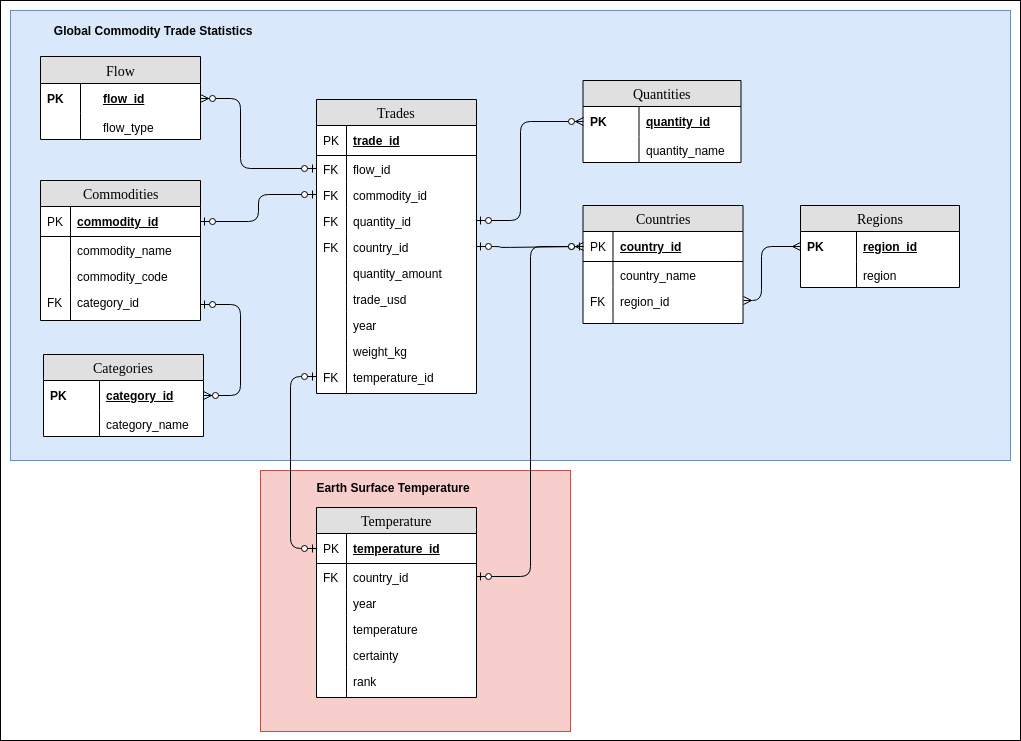
genughaben/world-development keeps this draw.io diagram as img/World_DB.png. Above is the earlier version. Source tidied: cells renumbered, new cells last; positions are measured from the earlier drawing's top-left corner, leaving out a move shared by most shapes.
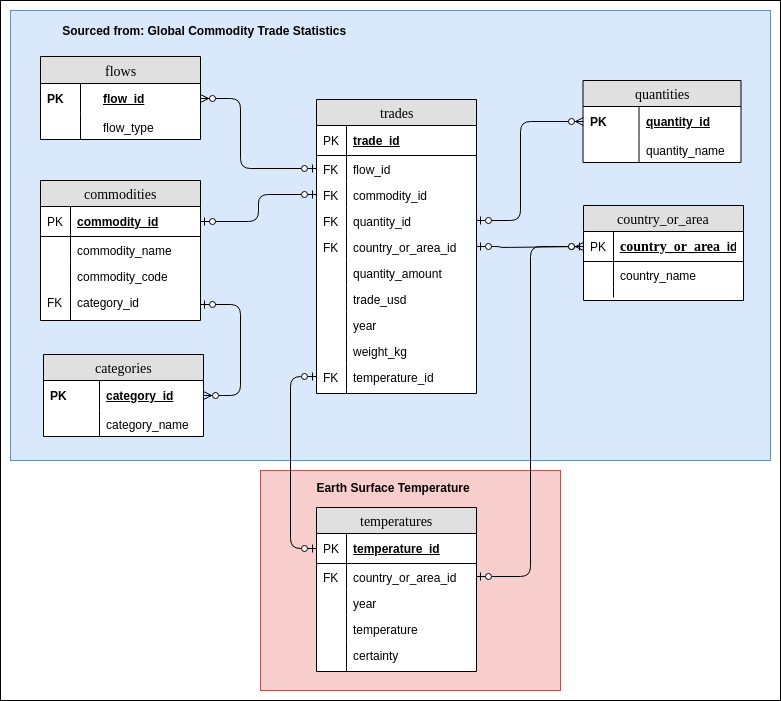
After the commit.

Commit message:
doc: Update Readme and Data Schema Images

Diff of the diagram source:
```diff
@@ -3,33 +3,18 @@
     <mxCell id="0" />
     <mxCell id="1" parent="0" />
     <mxCell id="2" style="rounded=0;whiteSpace=wrap;html=1;" parent="1" vertex="1">
-      <mxGeometry width="1020" height="740" as="geometry" />
+      <mxGeometry width="780" height="700" as="geometry" />
     </mxCell>
     <mxCell id="3" style="rounded=0;whiteSpace=wrap;html=1;fillColor=#f8cecc;strokeColor=#b85450;" parent="1" vertex="1">
-      <mxGeometry x="260" y="470" width="310" height="261" as="geometry" />
+      <mxGeometry x="260" y="470" width="300" height="220" as="geometry" />
     </mxCell>
     <mxCell id="4" style="rounded=0;whiteSpace=wrap;html=1;fillColor=#dae8fc;strokeColor=#6c8ebf;" parent="1" vertex="1">
-      <mxGeometry x="10" y="10" width="1000" height="450" as="geometry" />
+      <mxGeometry x="10" y="10" width="760" height="450" as="geometry" />
     </mxCell>
-    <mxCell id="5" value="Regions" style="swimlane;html=1;fontStyle=0;horizontal=1;startSize=26;fillColor=#e0e0e0;swimlaneFillColor=#ffffff;align=center;rounded=0;shadow=0;comic=0;labelBackgroundColor=none;strokeWidth=1;fontFamily=Verdana;fontSize=14;" parent="1" vertex="1">
-      <mxGeometry x="800" y="205" width="159" height="82" as="geometry" />
-    </mxCell>
-    <mxCell id="6" value="region_id" style="shape=partialRectangle;top=0;left=0;right=0;bottom=0;html=1;align=left;verticalAlign=middle;fillColor=none;spacingLeft=60;spacingRight=4;whiteSpace=wrap;overflow=hidden;points=[[0,0.5],[1,0.5]];portConstraint=eastwest;fontStyle=5;" parent="5" vertex="1">
-      <mxGeometry y="26" width="159" height="30" as="geometry" />
-    </mxCell>
-    <mxCell id="7" value="PK" style="shape=partialRectangle;fontStyle=1;top=0;left=0;bottom=0;html=1;fillColor=none;align=left;verticalAlign=middle;spacingLeft=4;spacingRight=4;whiteSpace=wrap;overflow=hidden;" parent="6" vertex="1">
-      <mxGeometry width="56" height="30" as="geometry" />
-    </mxCell>
-    <mxCell id="8" value="region" style="shape=partialRectangle;top=0;left=0;right=0;bottom=0;html=1;align=left;verticalAlign=top;fillColor=none;spacingLeft=60;spacingRight=4;whiteSpace=wrap;overflow=hidden;" parent="5" vertex="1">
-      <mxGeometry y="56" width="159" height="26" as="geometry" />
-    </mxCell>
-    <mxCell id="9" style="shape=partialRectangle;top=0;left=0;bottom=0;html=1;fillColor=none;align=left;verticalAlign=top;spacingLeft=4;spacingRight=4;whiteSpace=wrap;overflow=hidden;" parent="8" vertex="1">
-      <mxGeometry width="56" height="26" as="geometry" />
-    </mxCell>
-    <mxCell id="10" value="Countries" style="swimlane;html=1;fontStyle=0;horizontal=1;startSize=26;fillColor=#e0e0e0;swimlaneFillColor=#ffffff;align=center;rounded=0;shadow=0;comic=0;labelBackgroundColor=none;strokeWidth=1;fontFamily=Verdana;fontSize=14;swimlaneLine=1;" parent="1" vertex="1">
-      <mxGeometry x="582.5" y="205" width="160" height="118" as="geometry" />
+    <mxCell id="10" value="country_or_area" style="swimlane;html=1;fontStyle=0;horizontal=1;startSize=26;fillColor=#e0e0e0;swimlaneFillColor=#ffffff;align=center;rounded=0;shadow=0;comic=0;labelBackgroundColor=none;strokeWidth=1;fontFamily=Verdana;fontSize=14;swimlaneLine=1;" parent="1" vertex="1">
+      <mxGeometry x="583" y="205" width="160" height="95" as="geometry" />
     </mxCell>
-    <mxCell id="11" value="country_id" style="shape=partialRectangle;top=0;left=0;right=0;bottom=1;html=1;align=left;verticalAlign=middle;fillColor=none;spacingLeft=34;spacingRight=4;whiteSpace=wrap;overflow=hidden;points=[[0,0.5],[1,0.5]];portConstraint=eastwest;fontStyle=5;" parent="10" vertex="1">
+    <mxCell id="11" value="&lt;span style=&quot;font-family: &amp;#34;verdana&amp;#34; ; font-size: 14px ; text-align: center ; white-space: nowrap&quot;&gt;country_or_area&lt;/span&gt;_id" style="shape=partialRectangle;top=0;left=0;right=0;bottom=1;html=1;align=left;verticalAlign=middle;fillColor=none;spacingLeft=34;spacingRight=4;whiteSpace=wrap;overflow=hidden;points=[[0,0.5],[1,0.5]];portConstraint=eastwest;fontStyle=5;" parent="10" vertex="1">
       <mxGeometry y="26" width="160" height="30" as="geometry" />
     </mxCell>
     <mxCell id="12" value="PK" style="shape=partialRectangle;top=0;left=0;bottom=0;html=1;fillColor=none;align=left;verticalAlign=middle;spacingLeft=4;spacingRight=4;whiteSpace=wrap;overflow=hidden;" parent="11" vertex="1">
@@ -41,19 +26,13 @@
     <mxCell id="14" style="shape=partialRectangle;top=0;left=0;bottom=0;html=1;fillColor=none;align=left;verticalAlign=top;spacingLeft=4;spacingRight=4;whiteSpace=wrap;overflow=hidden;" parent="13" vertex="1">
       <mxGeometry width="30" height="26" as="geometry" />
     </mxCell>
-    <mxCell id="15" value="region_id" style="shape=partialRectangle;top=0;left=0;right=0;bottom=0;html=1;align=left;verticalAlign=top;fillColor=none;spacingLeft=34;spacingRight=4;whiteSpace=wrap;overflow=hidden;points=[[0,0.5],[1,0.5]];portConstraint=eastwest;" parent="10" vertex="1">
-      <mxGeometry y="82" width="160" height="26" as="geometry" />
-    </mxCell>
-    <mxCell id="16" value="FK" style="shape=partialRectangle;top=0;left=0;bottom=0;html=1;fillColor=none;align=left;verticalAlign=top;spacingLeft=4;spacingRight=4;whiteSpace=wrap;overflow=hidden;" parent="15" vertex="1">
-      <mxGeometry width="30" height="26" as="geometry" />
-    </mxCell>
     <mxCell id="17" style="shape=partialRectangle;top=0;left=0;right=0;bottom=0;html=1;align=left;verticalAlign=top;fillColor=none;spacingLeft=34;spacingRight=4;whiteSpace=wrap;overflow=hidden;" parent="10" vertex="1">
-      <mxGeometry y="108" width="160" height="10" as="geometry" />
+      <mxGeometry y="82" width="160" height="10" as="geometry" />
     </mxCell>
     <mxCell id="18" style="shape=partialRectangle;top=0;left=0;bottom=0;html=1;fillColor=none;align=left;verticalAlign=top;spacingLeft=4;spacingRight=4;whiteSpace=wrap;overflow=hidden;" parent="17" vertex="1">
       <mxGeometry width="30" height="10" as="geometry" />
     </mxCell>
-    <mxCell id="19" value="Commodities" style="swimlane;html=1;fontStyle=0;horizontal=1;startSize=26;fillColor=#e0e0e0;swimlaneFillColor=#ffffff;align=center;rounded=0;shadow=0;comic=0;labelBackgroundColor=none;strokeWidth=1;fontFamily=Verdana;fontSize=14;" parent="1" vertex="1">
+    <mxCell id="19" value="commodities" style="swimlane;html=1;fontStyle=0;horizontal=1;startSize=26;fillColor=#e0e0e0;swimlaneFillColor=#ffffff;align=center;rounded=0;shadow=0;comic=0;labelBackgroundColor=none;strokeWidth=1;fontFamily=Verdana;fontSize=14;" parent="1" vertex="1">
       <mxGeometry x="40" y="180" width="160" height="140" as="geometry" />
     </mxCell>
     <mxCell id="20" value="commodity_id" style="shape=partialRectangle;top=0;left=0;right=0;bottom=1;html=1;align=left;verticalAlign=middle;fillColor=none;spacingLeft=34;spacingRight=4;whiteSpace=wrap;overflow=hidden;points=[[0,0.5],[1,0.5]];portConstraint=eastwest;fontStyle=5;" parent="19" vertex="1">
@@ -80,7 +59,7 @@
     <mxCell id="27" value="FK" style="shape=partialRectangle;top=0;left=0;bottom=0;html=1;fillColor=none;align=left;verticalAlign=top;spacingLeft=4;spacingRight=4;whiteSpace=wrap;overflow=hidden;" parent="26" vertex="1">
       <mxGeometry width="30" height="32" as="geometry" />
     </mxCell>
-    <mxCell id="28" value="Trades" style="swimlane;html=1;fontStyle=0;horizontal=1;startSize=26;fillColor=#e0e0e0;swimlaneFillColor=#ffffff;align=center;rounded=0;shadow=0;comic=0;labelBackgroundColor=none;strokeWidth=1;fontFamily=Verdana;fontSize=14;" parent="1" vertex="1">
+    <mxCell id="28" value="trades" style="swimlane;html=1;fontStyle=0;horizontal=1;startSize=26;fillColor=#e0e0e0;swimlaneFillColor=#ffffff;align=center;rounded=0;shadow=0;comic=0;labelBackgroundColor=none;strokeWidth=1;fontFamily=Verdana;fontSize=14;" parent="1" vertex="1">
       <mxGeometry x="316" y="99" width="160" height="294" as="geometry" />
     </mxCell>
     <mxCell id="29" value="trade_id" style="shape=partialRectangle;top=0;left=0;right=0;bottom=1;html=1;align=left;verticalAlign=middle;fillColor=none;spacingLeft=34;spacingRight=4;whiteSpace=wrap;overflow=hidden;fontStyle=5;" parent="28" vertex="1">
@@ -107,7 +86,7 @@
     <mxCell id="36" value="FK" style="shape=partialRectangle;top=0;left=0;bottom=0;html=1;fillColor=none;align=left;verticalAlign=top;spacingLeft=4;spacingRight=4;whiteSpace=wrap;overflow=hidden;" parent="35" vertex="1">
       <mxGeometry width="30" height="26" as="geometry" />
     </mxCell>
-    <mxCell id="37" value="country_id" style="shape=partialRectangle;top=0;left=0;right=0;bottom=0;html=1;align=left;verticalAlign=top;fillColor=none;spacingLeft=34;spacingRight=4;whiteSpace=wrap;overflow=hidden;points=[[0,0.5],[1,0.5]];portConstraint=eastwest;" parent="28" vertex="1">
+    <mxCell id="37" value="country_or_area_id" style="shape=partialRectangle;top=0;left=0;right=0;bottom=0;html=1;align=left;verticalAlign=top;fillColor=none;spacingLeft=34;spacingRight=4;whiteSpace=wrap;overflow=hidden;points=[[0,0.5],[1,0.5]];portConstraint=eastwest;" parent="28" vertex="1">
       <mxGeometry y="134" width="160" height="26" as="geometry" />
     </mxCell>
     <mxCell id="38" value="FK" style="shape=partialRectangle;top=0;left=0;bottom=0;html=1;fillColor=none;align=left;verticalAlign=top;spacingLeft=4;spacingRight=4;whiteSpace=wrap;overflow=hidden;" parent="37" vertex="1">
@@ -149,7 +128,7 @@
     <mxCell id="50" style="shape=partialRectangle;top=0;left=0;bottom=0;html=1;fillColor=none;align=left;verticalAlign=top;spacingLeft=4;spacingRight=4;whiteSpace=wrap;overflow=hidden;" parent="49" vertex="1">
       <mxGeometry width="30" height="4" as="geometry" />
     </mxCell>
-    <mxCell id="51" value="Flow" style="swimlane;html=1;fontStyle=0;horizontal=1;startSize=27;fillColor=#e0e0e0;swimlaneFillColor=#ffffff;align=center;rounded=0;shadow=0;comic=0;labelBackgroundColor=none;strokeWidth=1;fontFamily=Verdana;fontSize=14;" parent="1" vertex="1">
+    <mxCell id="51" value="flows" style="swimlane;html=1;fontStyle=0;horizontal=1;startSize=27;fillColor=#e0e0e0;swimlaneFillColor=#ffffff;align=center;rounded=0;shadow=0;comic=0;labelBackgroundColor=none;strokeWidth=1;fontFamily=Verdana;fontSize=14;" parent="1" vertex="1">
       <mxGeometry x="40" y="56" width="160" height="83" as="geometry" />
     </mxCell>
     <mxCell id="52" value="flow_id" style="shape=partialRectangle;top=0;left=0;right=0;bottom=0;html=1;align=left;verticalAlign=middle;fillColor=none;spacingLeft=60;spacingRight=4;whiteSpace=wrap;overflow=hidden;points=[[0,0.5],[1,0.5]];portConstraint=eastwest;fontStyle=5;" parent="51" vertex="1">
@@ -164,15 +143,7 @@
     <mxCell id="55" style="shape=partialRectangle;top=0;left=0;bottom=0;html=1;fillColor=none;align=left;verticalAlign=top;spacingLeft=4;spacingRight=4;whiteSpace=wrap;overflow=hidden;" parent="54" vertex="1">
       <mxGeometry width="40" height="26" as="geometry" />
     </mxCell>
-    <mxCell id="56" style="edgeStyle=orthogonalEdgeStyle;html=1;endArrow=ERmany;startArrow=ERmany;labelBackgroundColor=none;fontFamily=Verdana;fontSize=14;entryX=0;entryY=0.5;exitX=1;exitY=0.5;exitDx=0;exitDy=0;entryDx=0;entryDy=0;" parent="1" edge="1" source="15" target="6">
-      <mxGeometry relative="1" as="geometry">
-        <Array as="points">
-          <mxPoint x="761" y="300" />
-          <mxPoint x="761" y="246" />
-        </Array>
-      </mxGeometry>
-    </mxCell>
-    <mxCell id="57" value="Categories" style="swimlane;html=1;fontStyle=0;horizontal=1;startSize=26;fillColor=#e0e0e0;swimlaneFillColor=#ffffff;align=center;rounded=0;shadow=0;comic=0;labelBackgroundColor=none;strokeWidth=1;fontFamily=Verdana;fontSize=14;" parent="1" vertex="1">
+    <mxCell id="57" value="categories" style="swimlane;html=1;fontStyle=0;horizontal=1;startSize=26;fillColor=#e0e0e0;swimlaneFillColor=#ffffff;align=center;rounded=0;shadow=0;comic=0;labelBackgroundColor=none;strokeWidth=1;fontFamily=Verdana;fontSize=14;" parent="1" vertex="1">
       <mxGeometry x="43" y="354" width="160" height="82" as="geometry" />
     </mxCell>
     <mxCell id="58" value="category_id" style="shape=partialRectangle;top=0;left=0;right=0;bottom=0;html=1;align=left;verticalAlign=middle;fillColor=none;spacingLeft=60;spacingRight=4;whiteSpace=wrap;overflow=hidden;points=[[0,0.5],[1,0.5]];portConstraint=eastwest;fontStyle=5;" parent="57" vertex="1">
@@ -187,7 +158,7 @@
     <mxCell id="61" style="shape=partialRectangle;top=0;left=0;bottom=0;html=1;fillColor=none;align=left;verticalAlign=top;spacingLeft=4;spacingRight=4;whiteSpace=wrap;overflow=hidden;" parent="60" vertex="1">
       <mxGeometry width="56" height="26" as="geometry" />
     </mxCell>
-    <mxCell id="62" value="Quantities" style="swimlane;html=1;fontStyle=0;horizontal=1;startSize=26;fillColor=#e0e0e0;swimlaneFillColor=#ffffff;align=center;rounded=0;shadow=0;comic=0;labelBackgroundColor=none;strokeWidth=1;fontFamily=Verdana;fontSize=14;" parent="1" vertex="1">
+    <mxCell id="62" value="quantities" style="swimlane;html=1;fontStyle=0;horizontal=1;startSize=26;fillColor=#e0e0e0;swimlaneFillColor=#ffffff;align=center;rounded=0;shadow=0;comic=0;labelBackgroundColor=none;strokeWidth=1;fontFamily=Verdana;fontSize=14;" parent="1" vertex="1">
       <mxGeometry x="582.5" y="80" width="158" height="82" as="geometry" />
     </mxCell>
     <mxCell id="63" value="quantity_id" style="shape=partialRectangle;top=0;left=0;right=0;bottom=0;html=1;align=left;verticalAlign=middle;fillColor=none;spacingLeft=60;spacingRight=4;whiteSpace=wrap;overflow=hidden;points=[[0,0.5],[1,0.5]];portConstraint=eastwest;fontStyle=5;" parent="62" vertex="1">
@@ -237,11 +208,11 @@
     <mxCell id="71" style="endArrow=ERzeroToOne;startArrow=ERzeroToOne;html=1;exitX=1;exitY=0.5;exitDx=0;exitDy=0;endFill=1;startFill=1;entryX=0;entryY=0.5;entryDx=0;entryDy=0;edgeStyle=orthogonalEdgeStyle;" parent="1" edge="1" source="20" target="33">
       <mxGeometry relative="1" as="geometry" />
     </mxCell>
-    <mxCell id="72" value="&lt;b&gt;&amp;nbsp;Global Commodity Trade Statistics&lt;/b&gt;" style="text;html=1;strokeColor=none;fillColor=none;align=center;verticalAlign=middle;whiteSpace=wrap;rounded=0;" parent="1" vertex="1">
-      <mxGeometry x="43" y="20" width="217" height="20" as="geometry" />
+    <mxCell id="72" value="&lt;b&gt;&amp;nbsp;Sourced from: Global Commodity Trade Statistics&lt;/b&gt;" style="text;html=1;strokeColor=none;fillColor=none;align=center;verticalAlign=middle;whiteSpace=wrap;rounded=0;" parent="1" vertex="1">
+      <mxGeometry x="43" y="20" width="317" height="20" as="geometry" />
     </mxCell>
-    <mxCell id="73" value="Temperature" style="swimlane;html=1;fontStyle=0;horizontal=1;startSize=26;fillColor=#e0e0e0;swimlaneFillColor=#ffffff;align=center;rounded=0;shadow=0;comic=0;labelBackgroundColor=none;strokeWidth=1;fontFamily=Verdana;fontSize=14;" parent="1" vertex="1">
-      <mxGeometry x="316" y="507" width="160" height="190" as="geometry" />
+    <mxCell id="73" value="temperatures" style="swimlane;html=1;fontStyle=0;horizontal=1;startSize=26;fillColor=#e0e0e0;swimlaneFillColor=#ffffff;align=center;rounded=0;shadow=0;comic=0;labelBackgroundColor=none;strokeWidth=1;fontFamily=Verdana;fontSize=14;" parent="1" vertex="1">
+      <mxGeometry x="316" y="507" width="160" height="164" as="geometry" />
     </mxCell>
     <mxCell id="74" value="temperature_id" style="shape=partialRectangle;top=0;left=0;right=0;bottom=1;html=1;align=left;verticalAlign=middle;fillColor=none;spacingLeft=34;spacingRight=4;whiteSpace=wrap;overflow=hidden;points=[[0,0.5],[1,0.5]];portConstraint=eastwest;fontStyle=5;" parent="73" vertex="1">
       <mxGeometry y="26" width="160" height="30" as="geometry" />
@@ -249,7 +220,7 @@
     <mxCell id="75" value="PK" style="shape=partialRectangle;top=0;left=0;bottom=0;html=1;fillColor=none;align=left;verticalAlign=middle;spacingLeft=4;spacingRight=4;whiteSpace=wrap;overflow=hidden;" parent="74" vertex="1">
       <mxGeometry width="30" height="30" as="geometry" />
     </mxCell>
-    <mxCell id="76" value="country_id" style="shape=partialRectangle;top=0;left=0;right=0;bottom=0;html=1;align=left;verticalAlign=top;fillColor=none;spacingLeft=34;spacingRight=4;whiteSpace=wrap;overflow=hidden;points=[[0,0.5],[1,0.5]];portConstraint=eastwest;" parent="73" vertex="1">
+    <mxCell id="76" value="country_or_area_id" style="shape=partialRectangle;top=0;left=0;right=0;bottom=0;html=1;align=left;verticalAlign=top;fillColor=none;spacingLeft=34;spacingRight=4;whiteSpace=wrap;overflow=hidden;points=[[0,0.5],[1,0.5]];portConstraint=eastwest;" parent="73" vertex="1">
       <mxGeometry y="56" width="160" height="26" as="geometry" />
     </mxCell>
     <mxCell id="77" value="FK" style="shape=partialRectangle;top=0;left=0;bottom=0;html=1;fillColor=none;align=left;verticalAlign=top;spacingLeft=4;spacingRight=4;whiteSpace=wrap;overflow=hidden;" parent="76" vertex="1">
@@ -273,14 +244,8 @@
     <mxCell id="83" style="shape=partialRectangle;top=0;left=0;bottom=0;html=1;fillColor=none;align=left;verticalAlign=top;spacingLeft=4;spacingRight=4;whiteSpace=wrap;overflow=hidden;" parent="82" vertex="1">
       <mxGeometry width="30" height="26" as="geometry" />
     </mxCell>
-    <mxCell id="84" value="rank" style="shape=partialRectangle;top=0;left=0;right=0;bottom=0;html=1;align=left;verticalAlign=top;fillColor=none;spacingLeft=34;spacingRight=4;whiteSpace=wrap;overflow=hidden;" parent="73" vertex="1">
-      <mxGeometry y="160" width="160" height="26" as="geometry" />
-    </mxCell>
-    <mxCell id="85" style="shape=partialRectangle;top=0;left=0;bottom=0;html=1;fillColor=none;align=left;verticalAlign=top;spacingLeft=4;spacingRight=4;whiteSpace=wrap;overflow=hidden;" parent="84" vertex="1">
-      <mxGeometry width="30" height="26" as="geometry" />
-    </mxCell>
     <mxCell id="86" style="shape=partialRectangle;top=0;left=0;right=0;bottom=0;html=1;align=left;verticalAlign=top;fillColor=none;spacingLeft=34;spacingRight=4;whiteSpace=wrap;overflow=hidden;" parent="73" vertex="1">
-      <mxGeometry y="186" width="160" height="4" as="geometry" />
+      <mxGeometry y="160" width="160" height="4" as="geometry" />
     </mxCell>
     <mxCell id="87" style="shape=partialRectangle;top=0;left=0;bottom=0;html=1;fillColor=none;align=left;verticalAlign=top;spacingLeft=4;spacingRight=4;whiteSpace=wrap;overflow=hidden;" parent="86" vertex="1">
       <mxGeometry width="30" height="4" as="geometry" />
```
